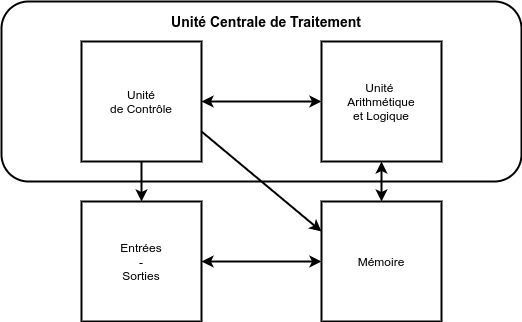
This is Première/Images/ArchitectureVonNeumann.png from jdolivet/NSI-Cours, a draw.io export, as it was before one commit. Source tidied: cells renumbered, new cells last; positions are measured from the earlier drawing's top-left corner, leaving out a move shared by most shapes.
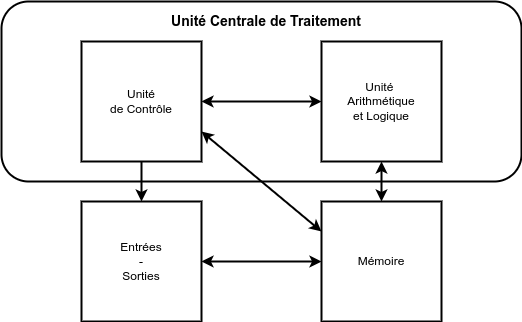
Later version of the same file.

Diff of the diagram source:
```diff
@@ -23,7 +23,7 @@
     <mxCell id="8" style="endArrow=classic;html=1;exitX=0.5;exitY=1;exitDx=0;exitDy=0;entryX=0.5;entryY=0;entryDx=0;entryDy=0;strokeWidth=2;" parent="1" edge="1" source="3" target="6">
       <mxGeometry relative="1" as="geometry" />
     </mxCell>
-    <mxCell id="9" style="endArrow=classic;html=1;exitX=1;exitY=0.75;exitDx=0;exitDy=0;entryX=0;entryY=0.25;entryDx=0;entryDy=0;strokeWidth=2;" parent="1" edge="1" source="3" target="7">
+    <mxCell id="9" style="endArrow=classic;html=1;exitX=1;exitY=0.75;exitDx=0;exitDy=0;entryX=0;entryY=0.25;entryDx=0;entryDy=0;strokeWidth=2;startArrow=classic;startFill=1;" parent="1" edge="1" source="3" target="7">
       <mxGeometry relative="1" as="geometry" />
     </mxCell>
     <mxCell id="10" style="endArrow=classic;startArrow=classic;html=1;exitX=1;exitY=0.5;exitDx=0;exitDy=0;entryX=0;entryY=0.5;entryDx=0;entryDy=0;strokeWidth=2;" parent="1" edge="1" source="3" target="5">
```
